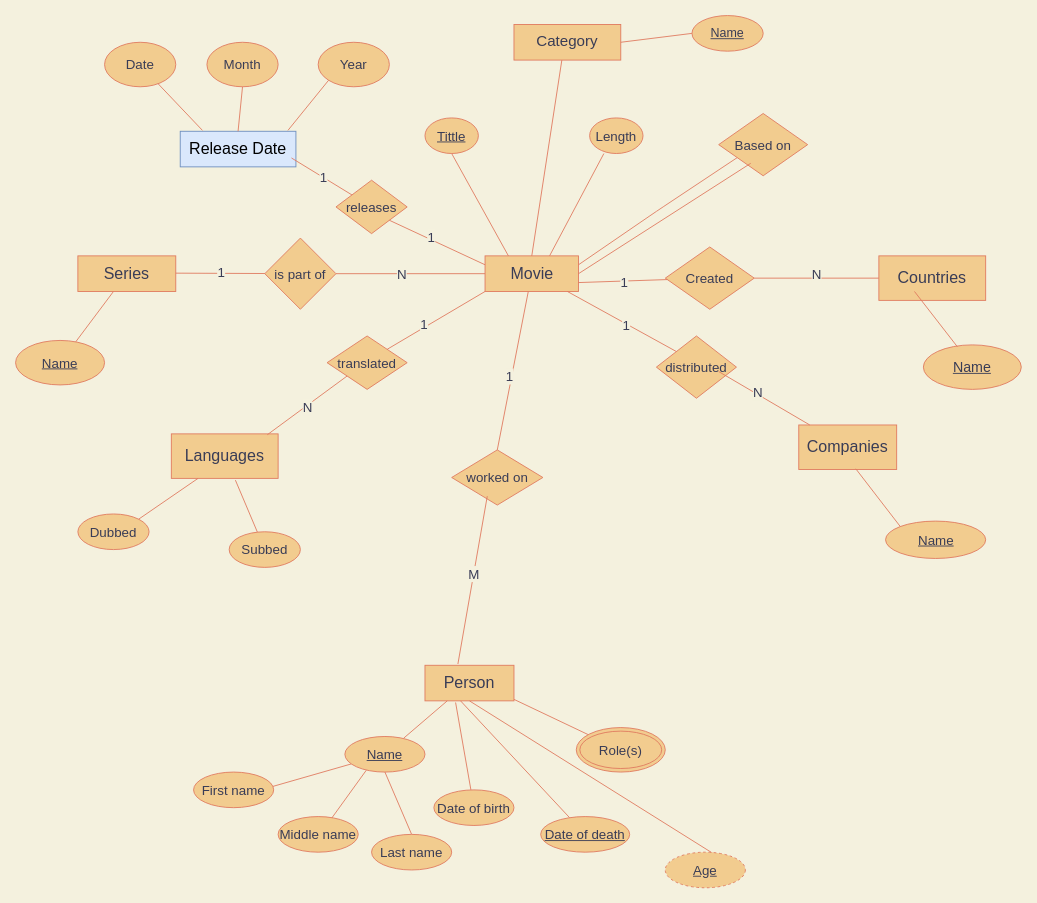
Earlier version of the draw.io diagram Database Entity-relationship model.drawio (anniehuynh/Database-Entity-relationship-model). Source tidied: cells renumbered, new cells numbered last; positions are measured from the earlier drawing's top-left corner, leaving out a move shared by most shapes. Both pictures are drawn from the tidied source at 89%, with x=0, y=0 at pixel (15, 15).
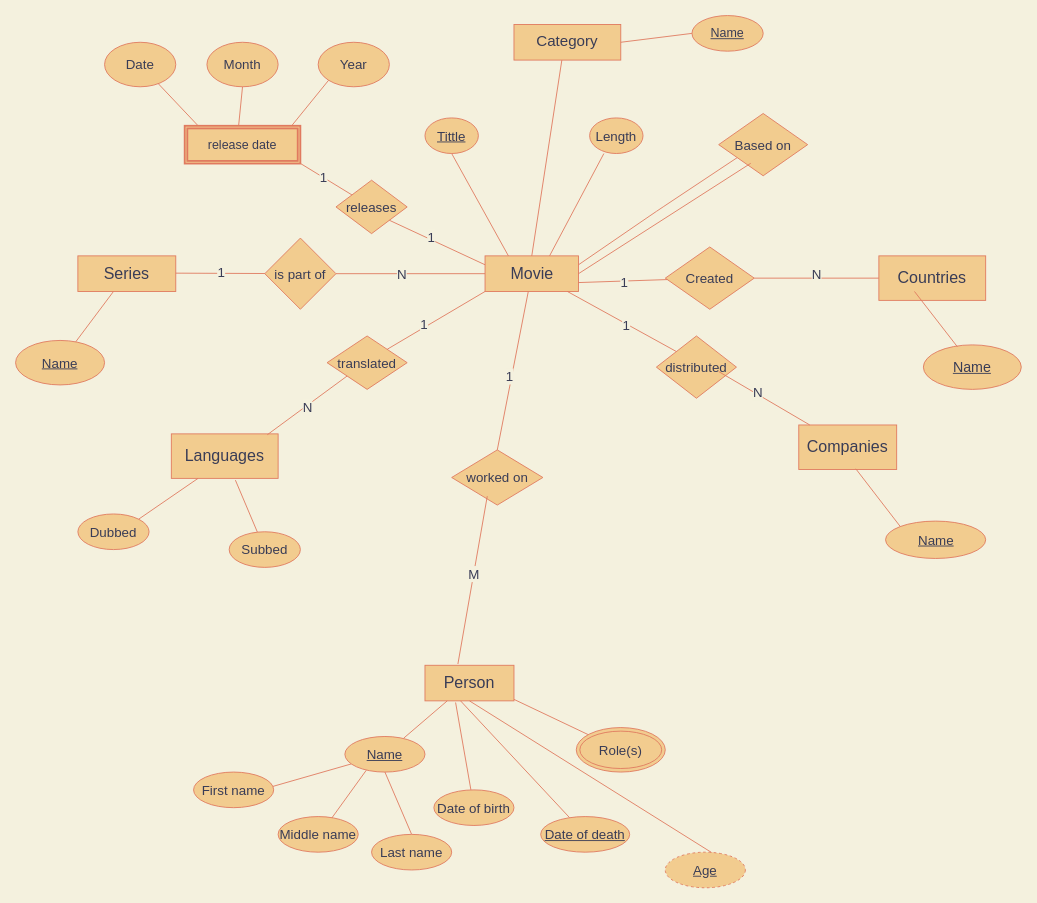
The same page after the edit.

Unchanged cells that the change refers to:
```xml
<mxCell id="13" value="Date" style="ellipse;whiteSpace=wrap;html=1;rounded=0;sketch=0;strokeColor=#E07A5F;fillColor=#F2CC8F;fontSize=15;fontColor=#393C56;" parent="1" vertex="1">
  <mxGeometry x="100" y="30" width="80" height="50" as="geometry" />
</mxCell>
<mxCell id="14" value="Month" style="ellipse;whiteSpace=wrap;html=1;rounded=0;sketch=0;strokeColor=#E07A5F;fillColor=#F2CC8F;fontSize=15;fontColor=#393C56;" parent="1" vertex="1">
  <mxGeometry x="215" y="30" width="80" height="50" as="geometry" />
</mxCell>
<mxCell id="15" value="Year" style="ellipse;whiteSpace=wrap;html=1;rounded=0;sketch=0;strokeColor=#E07A5F;fillColor=#F2CC8F;fontSize=15;fontColor=#393C56;" parent="1" vertex="1">
  <mxGeometry x="340" y="30" width="80" height="50" as="geometry" />
</mxCell>
```

Change to the diagram source:
```diff
@@
-    <mxCell id="3" value="&lt;font style=&quot;font-size: 18px&quot;&gt;Release Date&lt;/font&gt;" style="rounded=0;whiteSpace=wrap;html=1;fillColor=#dae8fc;strokeColor=#6c8ebf;" parent="1" vertex="1">
-      <mxGeometry x="185" y="130" width="130" height="40" as="geometry" />
-    </mxCell>
@@
-    <mxCell id="16" style="endArrow=none;html=1;strokeColor=#E07A5F;fillColor=#F2CC8F;fontSize=15;fontColor=#393C56;exitX=0.192;exitY=-0.025;exitDx=0;exitDy=0;exitPerimeter=0;labelBackgroundColor=#F4F1DE;" parent="1" edge="1" source="3" target="13">
-      <mxGeometry relative="1" as="geometry" />
+    <mxCell id="16" style="endArrow=none;html=1;strokeColor=#E07A5F;fillColor=#F2CC8F;fontSize=15;fontColor=#393C56;exitX=0.192;exitY=-0.025;exitDx=0;exitDy=0;exitPerimeter=0;labelBackgroundColor=#F4F1DE;" parent="1" edge="1" target="13">
+      <mxGeometry relative="1" as="geometry">
+        <mxPoint x="210" y="129" as="sourcePoint" />
+      </mxGeometry>
     </mxCell>
-    <mxCell id="17" style="endArrow=none;html=1;strokeColor=#E07A5F;fillColor=#F2CC8F;fontSize=15;fontColor=#393C56;exitX=0.5;exitY=0;exitDx=0;exitDy=0;entryX=0.5;entryY=1;entryDx=0;entryDy=0;labelBackgroundColor=#F4F1DE;" parent="1" edge="1" source="3" target="14">
-      <mxGeometry relative="1" as="geometry" />
+    <mxCell id="17" style="endArrow=none;html=1;strokeColor=#E07A5F;fillColor=#F2CC8F;fontSize=15;fontColor=#393C56;exitX=0.5;exitY=0;exitDx=0;exitDy=0;entryX=0.5;entryY=1;entryDx=0;entryDy=0;labelBackgroundColor=#F4F1DE;" parent="1" edge="1" target="14">
+      <mxGeometry relative="1" as="geometry">
+        <mxPoint x="250" y="130" as="sourcePoint" />
+      </mxGeometry>
     </mxCell>
-    <mxCell id="18" style="endArrow=none;html=1;strokeColor=#E07A5F;fillColor=#F2CC8F;fontSize=15;fontColor=#393C56;entryX=0;entryY=1;entryDx=0;entryDy=0;exitX=0.931;exitY=-0.025;exitDx=0;exitDy=0;exitPerimeter=0;labelBackgroundColor=#F4F1DE;" parent="1" edge="1" source="3" target="15">
-      <mxGeometry relative="1" as="geometry" />
+    <mxCell id="18" style="endArrow=none;html=1;strokeColor=#E07A5F;fillColor=#F2CC8F;fontSize=15;fontColor=#393C56;entryX=0;entryY=1;entryDx=0;entryDy=0;exitX=0.931;exitY=-0.025;exitDx=0;exitDy=0;exitPerimeter=0;labelBackgroundColor=#F4F1DE;" parent="1" edge="1" target="15">
+      <mxGeometry relative="1" as="geometry">
+        <mxPoint x="306" y="129" as="sourcePoint" />
+      </mxGeometry>
     </mxCell>
@@
+    <mxCell id="82" value="release date" style="shape=ext;double=1;rounded=0;whiteSpace=wrap;html=1;sketch=0;strokeColor=#E07A5F;fillColor=#F2CC8F;fontSize=14;fontColor=#393C56;strokeWidth=2;perimeterSpacing=2;" parent="1" vertex="1">
+      <mxGeometry x="190" y="123.8" width="130" height="42.5" as="geometry" />
+    </mxCell>
```
